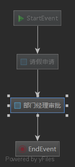
Before: src/main/resources/activiti/holiday2.png, a diagram exported from BPMN (cheweiyuan/activiti). Its source is kept beside it as src/main/resources/activiti/holiday2.bpmn. Ids are renumbered.
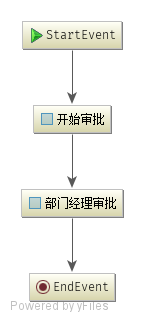
After the change.

What changed in the source:
```diff
@@ -1,56 +1,56 @@
-<definitions xmlns="http://www.omg.org/spec/BPMN/20100524/MODEL" xmlns:activiti="http://activiti.org/bpmn" xmlns:bpmndi="http://www.omg.org/spec/BPMN/20100524/DI" xmlns:omgdc="http://www.omg.org/spec/DD/20100524/DC" xmlns:omgdi="http://www.omg.org/spec/DD/20100524/DI" xmlns:tns="http://www.activiti.org/test" xmlns:xsd="http://www.w3.org/2001/XMLSchema" xmlns:xsi="http://www.w3.org/2001/XMLSchema-instance" expressionLanguage="http://www.w3.org/1999/XPath" id="m1616090145891" name="" targetNamespace="http://www.activiti.org/test" typeLanguage="http://www.w3.org/2001/XMLSchema">
-  <process id="holiday2_2" isClosed="false" isExecutable="true" name="请假测试" processType="None">
+<definitions xmlns="http://www.omg.org/spec/BPMN/20100524/MODEL" xmlns:activiti="http://activiti.org/bpmn" xmlns:bpmndi="http://www.omg.org/spec/BPMN/20100524/DI" xmlns:omgdc="http://www.omg.org/spec/DD/20100524/DC" xmlns:omgdi="http://www.omg.org/spec/DD/20100524/DI" xmlns:tns="http://www.activiti.org/test" xmlns:xsd="http://www.w3.org/2001/XMLSchema" xmlns:xsi="http://www.w3.org/2001/XMLSchema-instance" expressionLanguage="http://www.w3.org/1999/XPath" id="m1616382224933" name="" targetNamespace="http://www.activiti.org/test" typeLanguage="http://www.w3.org/2001/XMLSchema">
+  <process id="holiday2" isClosed="false" isExecutable="true" name="请假流程" processType="None">
     <startEvent id="_2" name="StartEvent"/>
-    <userTask activiti:assignee="张三" activiti:exclusive="true" id="_3" name="请假申请"/>
-    <sequenceFlow id="_4" sourceRef="_2" targetRef="_3"/>
+    <endEvent id="_3" name="EndEvent"/>
+    <userTask activiti:assignee="zhangsan" activiti:exclusive="true" id="_4" name="开始审批"/>
     <userTask activiti:assignee="lisi" activiti:exclusive="true" id="_5" name="部门经理审批"/>
-    <sequenceFlow id="_6" sourceRef="_3" targetRef="_5"/>
-    <endEvent id="_7" name="EndEvent"/>
-    <sequenceFlow id="_8" sourceRef="_5" targetRef="_7"/>
+    <sequenceFlow id="_6" sourceRef="_2" targetRef="_4"/>
+    <sequenceFlow id="_7" sourceRef="_4" targetRef="_5"/>
+    <sequenceFlow id="_8" sourceRef="_5" targetRef="_3"/>
   </process>
-  <bpmndi:BPMNDiagram documentation="background=#3C3F41;count=1;horizontalcount=1;orientation=0;width=842.4;height=1195.2;imageableWidth=832.4;imageableHeight=1185.2;imageableX=5.0;imageableY=5.0" id="Diagram-_1" name="New Diagram">
-    <bpmndi:BPMNPlane bpmnElement="holiday2_2">
+  <bpmndi:BPMNDiagram documentation="background=#FFFFFF;count=1;horizontalcount=1;orientation=0;width=842.4;height=1195.2;imageableWidth=832.4;imageableHeight=1185.2;imageableX=5.0;imageableY=5.0" id="Diagram-_1" name="New Diagram">
+    <bpmndi:BPMNPlane bpmnElement="holiday2">
       <bpmndi:BPMNShape bpmnElement="_2" id="Shape-_2">
-        <omgdc:Bounds height="32.0" width="32.0" x="350.0" y="40.0"/>
+        <omgdc:Bounds height="32.0" width="32.0" x="375.0" y="75.0"/>
         <bpmndi:BPMNLabel>
           <omgdc:Bounds height="32.0" width="32.0" x="0.0" y="0.0"/>
         </bpmndi:BPMNLabel>
       </bpmndi:BPMNShape>
       <bpmndi:BPMNShape bpmnElement="_3" id="Shape-_3">
-        <omgdc:Bounds height="55.0" width="85.0" x="325.0" y="135.0"/>
+        <omgdc:Bounds height="32.0" width="32.0" x="380.0" y="390.0"/>
+        <bpmndi:BPMNLabel>
+          <omgdc:Bounds height="32.0" width="32.0" x="0.0" y="0.0"/>
+        </bpmndi:BPMNLabel>
+      </bpmndi:BPMNShape>
+      <bpmndi:BPMNShape bpmnElement="_4" id="Shape-_4">
+        <omgdc:Bounds height="55.0" width="85.0" x="350.0" y="180.0"/>
         <bpmndi:BPMNLabel>
           <omgdc:Bounds height="55.0" width="85.0" x="0.0" y="0.0"/>
         </bpmndi:BPMNLabel>
       </bpmndi:BPMNShape>
       <bpmndi:BPMNShape bpmnElement="_5" id="Shape-_5">
-        <omgdc:Bounds height="55.0" width="85.0" x="330.0" y="230.0"/>
+        <omgdc:Bounds height="55.0" width="85.0" x="360.0" y="295.0"/>
         <bpmndi:BPMNLabel>
           <omgdc:Bounds height="55.0" width="85.0" x="0.0" y="0.0"/>
         </bpmndi:BPMNLabel>
       </bpmndi:BPMNShape>
-      <bpmndi:BPMNShape bpmnElement="_7" id="Shape-_7">
-        <omgdc:Bounds height="32.0" width="32.0" x="355.0" y="320.0"/>
-        <bpmndi:BPMNLabel>
-          <omgdc:Bounds height="32.0" width="32.0" x="0.0" y="0.0"/>
-        </bpmndi:BPMNLabel>
-      </bpmndi:BPMNShape>
-      <bpmndi:BPMNEdge bpmnElement="_4" id="BPMNEdge__4" sourceElement="_2" targetElement="_3">
-        <omgdi:waypoint x="366.0" y="72.0"/>
-        <omgdi:waypoint x="366.0" y="135.0"/>
+      <bpmndi:BPMNEdge bpmnElement="_6" id="BPMNEdge__6" sourceElement="_2" targetElement="_4">
+        <omgdi:waypoint x="391.0" y="107.0"/>
+        <omgdi:waypoint x="391.0" y="180.0"/>
         <bpmndi:BPMNLabel>
           <omgdc:Bounds height="0.0" width="0.0" x="0.0" y="0.0"/>
         </bpmndi:BPMNLabel>
       </bpmndi:BPMNEdge>
-      <bpmndi:BPMNEdge bpmnElement="_6" id="BPMNEdge__6" sourceElement="_3" targetElement="_5">
-        <omgdi:waypoint x="370.0" y="190.0"/>
-        <omgdi:waypoint x="370.0" y="230.0"/>
+      <bpmndi:BPMNEdge bpmnElement="_7" id="BPMNEdge__7" sourceElement="_4" targetElement="_5">
+        <omgdi:waypoint x="397.5" y="235.0"/>
+        <omgdi:waypoint x="397.5" y="295.0"/>
         <bpmndi:BPMNLabel>
           <omgdc:Bounds height="0.0" width="0.0" x="0.0" y="0.0"/>
         </bpmndi:BPMNLabel>
       </bpmndi:BPMNEdge>
-      <bpmndi:BPMNEdge bpmnElement="_8" id="BPMNEdge__8" sourceElement="_5" targetElement="_7">
-        <omgdi:waypoint x="371.0" y="285.0"/>
-        <omgdi:waypoint x="371.0" y="320.0"/>
+      <bpmndi:BPMNEdge bpmnElement="_8" id="BPMNEdge__8" sourceElement="_5" targetElement="_3">
+        <omgdi:waypoint x="396.0" y="350.0"/>
+        <omgdi:waypoint x="396.0" y="390.0"/>
         <bpmndi:BPMNLabel>
           <omgdc:Bounds height="0.0" width="0.0" x="0.0" y="0.0"/>
         </bpmndi:BPMNLabel>
```
